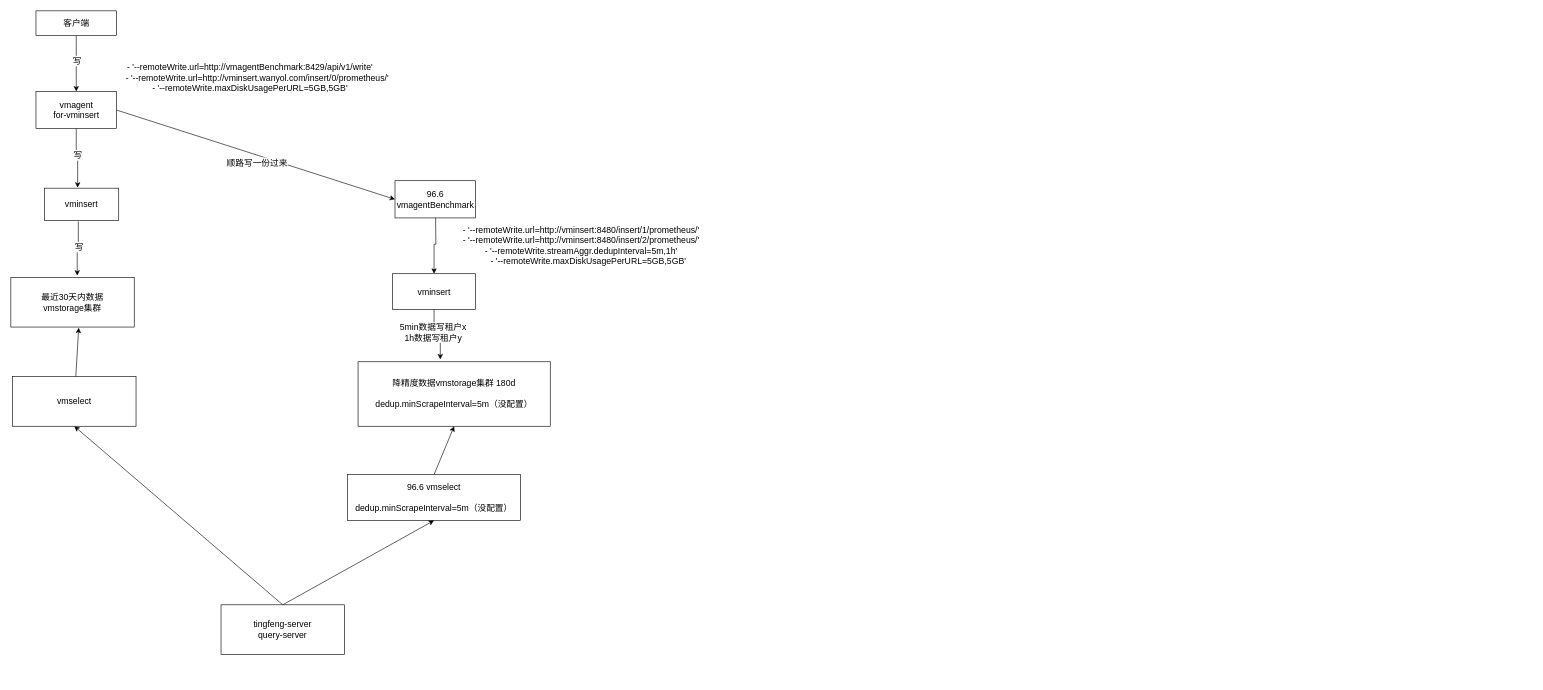
This is tsdb.drawio from jingb/pythonRepo, a draw.io file, before an edit. Source tidied: cells renumbered, new cells numbered last; positions are measured from the earlier drawing's top-left corner, leaving out a move shared by most shapes. Both pictures are drawn from the tidied source at 62%, with x=0, y=0 at pixel (11, 11).
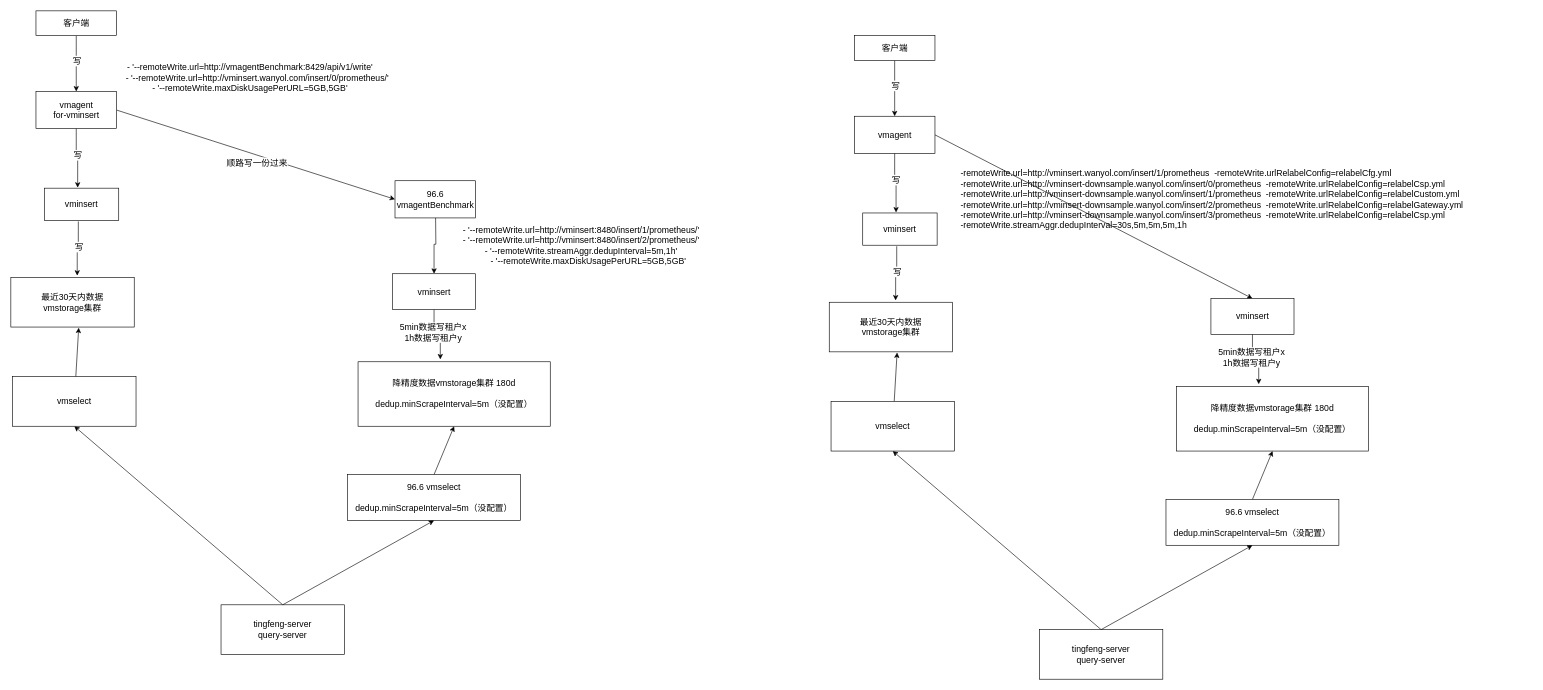
The same diagram, later.

The edit, as a diff of the source:
```diff
@@
+    <mxCell id="29" value="最近30天内数据&lt;br style=&quot;font-size: 14px;&quot;&gt;vmstorage集群" style="rounded=0;whiteSpace=wrap;html=1;fontSize=14;" parent="1" vertex="1">
+      <mxGeometry x="1320" y="470" width="199" height="80" as="geometry" />
+    </mxCell>
+    <mxCell id="30" value="降精度数据vmstorage集群 180d&lt;br style=&quot;font-size: 14px;&quot;&gt;&lt;br style=&quot;font-size: 14px;&quot;&gt;dedup.minScrapeInterval=5m（没配置）" style="rounded=0;whiteSpace=wrap;html=1;fontSize=14;" parent="1" vertex="1">
+      <mxGeometry x="1880" y="606" width="310" height="104" as="geometry" />
+    </mxCell>
+    <mxCell id="31" style="rounded=0;jettySize=auto;html=1;exitX=1;exitY=0.5;exitDx=0;exitDy=0;entryX=0.5;entryY=0;entryDx=0;entryDy=0;fontSize=14;" parent="1" edge="1" source="32" target="34">
+      <mxGeometry relative="1" as="geometry" />
+    </mxCell>
+    <mxCell id="32" value="vmagent" style="rounded=0;whiteSpace=wrap;html=1;fontSize=14;" parent="1" vertex="1">
+      <mxGeometry x="1360.5" y="170" width="130" height="60" as="geometry" />
+    </mxCell>
+    <mxCell id="33" value="vminsert" style="rounded=0;whiteSpace=wrap;html=1;fontSize=14;" parent="1" vertex="1">
+      <mxGeometry x="1374" y="326" width="120" height="52" as="geometry" />
+    </mxCell>
+    <mxCell id="34" value="vminsert" style="rounded=0;whiteSpace=wrap;html=1;fontSize=14;" parent="1" vertex="1">
+      <mxGeometry x="1935.6" y="464" width="134" height="58" as="geometry" />
+    </mxCell>
+    <mxCell id="35" style="edgeStyle=orthogonalEdgeStyle;rounded=0;jettySize=auto;html=1;exitX=0.5;exitY=1;exitDx=0;exitDy=0;entryX=0.448;entryY=-0.016;entryDx=0;entryDy=0;entryPerimeter=0;fontSize=14;" parent="1" edge="1" source="32" target="33">
+      <mxGeometry relative="1" as="geometry" />
+    </mxCell>
+    <mxCell id="36" value="写" style="edgeLabel;html=1;align=center;verticalAlign=middle;fontSize=14;" parent="35" vertex="1">
+      <mxGeometry x="-0.13" y="2" relative="1" as="geometry" />
+    </mxCell>
+    <mxCell id="37" style="edgeStyle=orthogonalEdgeStyle;rounded=0;jettySize=auto;html=1;exitX=0.457;exitY=1.032;exitDx=0;exitDy=0;entryX=0.538;entryY=-0.037;entryDx=0;entryDy=0;entryPerimeter=0;exitPerimeter=0;fontSize=14;" parent="1" edge="1" source="33" target="29">
+      <mxGeometry relative="1" as="geometry" />
+    </mxCell>
+    <mxCell id="38" value="写" style="edgeLabel;html=1;align=center;verticalAlign=middle;fontSize=14;" parent="37" vertex="1">
+      <mxGeometry x="-0.09" y="1" relative="1" as="geometry" />
+    </mxCell>
+    <mxCell id="39" style="rounded=0;jettySize=auto;html=1;exitX=0.5;exitY=0;exitDx=0;exitDy=0;entryX=0.5;entryY=1;entryDx=0;entryDy=0;fontSize=14;" parent="1" edge="1" source="40" target="30">
+      <mxGeometry relative="1" as="geometry" />
+    </mxCell>
+    <mxCell id="40" value="96.6 vmselect&lt;br style=&quot;font-size: 14px;&quot;&gt;&lt;br style=&quot;font-size: 14px;&quot;&gt;dedup.minScrapeInterval=5m（没配置）" style="rounded=0;whiteSpace=wrap;html=1;fontSize=14;" parent="1" vertex="1">
+      <mxGeometry x="1863.1" y="788" width="278.9" height="74" as="geometry" />
+    </mxCell>
+    <mxCell id="41" style="edgeStyle=orthogonalEdgeStyle;rounded=0;jettySize=auto;html=1;exitX=0.5;exitY=1;exitDx=0;exitDy=0;entryX=0.428;entryY=-0.037;entryDx=0;entryDy=0;entryPerimeter=0;fontSize=14;" parent="1" edge="1" source="34" target="30">
+      <mxGeometry relative="1" as="geometry" />
+    </mxCell>
+    <mxCell id="42" value="5min数据写租户x&lt;br style=&quot;font-size: 14px;&quot;&gt;1h数据写租户y" style="edgeLabel;html=1;align=center;verticalAlign=middle;fontSize=14;" parent="41" vertex="1">
+      <mxGeometry x="0.08" y="1" relative="1" as="geometry">
+        <mxPoint x="-9" y="-5" as="offset" />
+      </mxGeometry>
+    </mxCell>
+    <mxCell id="43" style="edgeStyle=orthogonalEdgeStyle;rounded=0;jettySize=auto;html=1;exitX=0.5;exitY=1;exitDx=0;exitDy=0;entryX=0.5;entryY=0;entryDx=0;entryDy=0;fontSize=14;" parent="1" edge="1" source="45" target="32">
+      <mxGeometry relative="1" as="geometry" />
+    </mxCell>
+    <mxCell id="44" value="写" style="edgeLabel;html=1;align=center;verticalAlign=middle;fontSize=14;" parent="43" vertex="1">
+      <mxGeometry x="-0.12" y="1" relative="1" as="geometry" />
+    </mxCell>
+    <mxCell id="45" value="客户端" style="rounded=0;whiteSpace=wrap;html=1;fontSize=14;" parent="1" vertex="1">
+      <mxGeometry x="1360.5" y="40" width="130" height="40" as="geometry" />
+    </mxCell>
+    <mxCell id="46" style="rounded=0;jettySize=auto;html=1;entryX=0.55;entryY=1.013;entryDx=0;entryDy=0;entryPerimeter=0;fontSize=14;" parent="1" edge="1" source="50" target="29">
+      <mxGeometry relative="1" as="geometry" />
+    </mxCell>
+    <mxCell id="47" style="rounded=0;jettySize=auto;html=1;exitX=0.5;exitY=0;exitDx=0;exitDy=0;entryX=0.5;entryY=1;entryDx=0;entryDy=0;fontSize=14;" parent="1" edge="1" source="48" target="50">
+      <mxGeometry relative="1" as="geometry" />
+    </mxCell>
+    <mxCell id="48" value="tingfeng-server&lt;br style=&quot;font-size: 14px;&quot;&gt;query-server" style="rounded=0;whiteSpace=wrap;html=1;fontSize=14;" parent="1" vertex="1">
+      <mxGeometry x="1659" y="998" width="199" height="80" as="geometry" />
+    </mxCell>
+    <mxCell id="49" style="rounded=0;jettySize=auto;html=1;exitX=0.5;exitY=0;exitDx=0;exitDy=0;fontSize=14;entryX=0.5;entryY=1;entryDx=0;entryDy=0;" parent="1" edge="1" source="48" target="40">
+      <mxGeometry relative="1" as="geometry" />
+    </mxCell>
+    <mxCell id="50" value="vmselect" style="rounded=0;whiteSpace=wrap;html=1;fontSize=14;" parent="1" vertex="1">
+      <mxGeometry x="1322.9" y="630" width="199" height="80" as="geometry" />
+    </mxCell>
+    <mxCell id="51" value="&lt;div style=&quot;font-size: 14px;&quot;&gt;&lt;div&gt;-remoteWrite.url=http://vminsert.wanyol.com/insert/1/prometheus&amp;nbsp; -remoteWrite.urlRelabelConfig=relabelCfg.yml&amp;nbsp;&lt;/div&gt;&lt;div&gt;-remoteWrite.url=http://vminsert-downsample.wanyol.com/insert/0/prometheus&amp;nbsp; -remoteWrite.urlRelabelConfig=relabelCsp.yml&amp;nbsp;&lt;/div&gt;&lt;div&gt;-remoteWrite.url=http://vminsert-downsample.wanyol.com/insert/1/prometheus&amp;nbsp; -remoteWrite.urlRelabelConfig=relabelCustom.yml&amp;nbsp;&lt;/div&gt;&lt;div&gt;-remoteWrite.url=http://vminsert-downsample.wanyol.com/insert/2/prometheus&amp;nbsp; -remoteWrite.urlRelabelConfig=relabelGateway.yml&amp;nbsp;&lt;/div&gt;&lt;div&gt;-remoteWrite.url=http://vminsert-downsample.wanyol.com/insert/3/prometheus&amp;nbsp; -remoteWrite.urlRelabelConfig=relabelCsp.yml&amp;nbsp;&lt;/div&gt;&lt;div&gt;-remoteWrite.streamAggr.dedupInterval=30s,5m,5m,5m,1h&lt;/div&gt;&lt;/div&gt;" style="text;html=1;align=left;verticalAlign=middle;whiteSpace=wrap;rounded=0;fontSize=14;" parent="1" vertex="1">
+      <mxGeometry x="1530" y="199" width="924.4" height="210" as="geometry" />
+    </mxCell>
```
